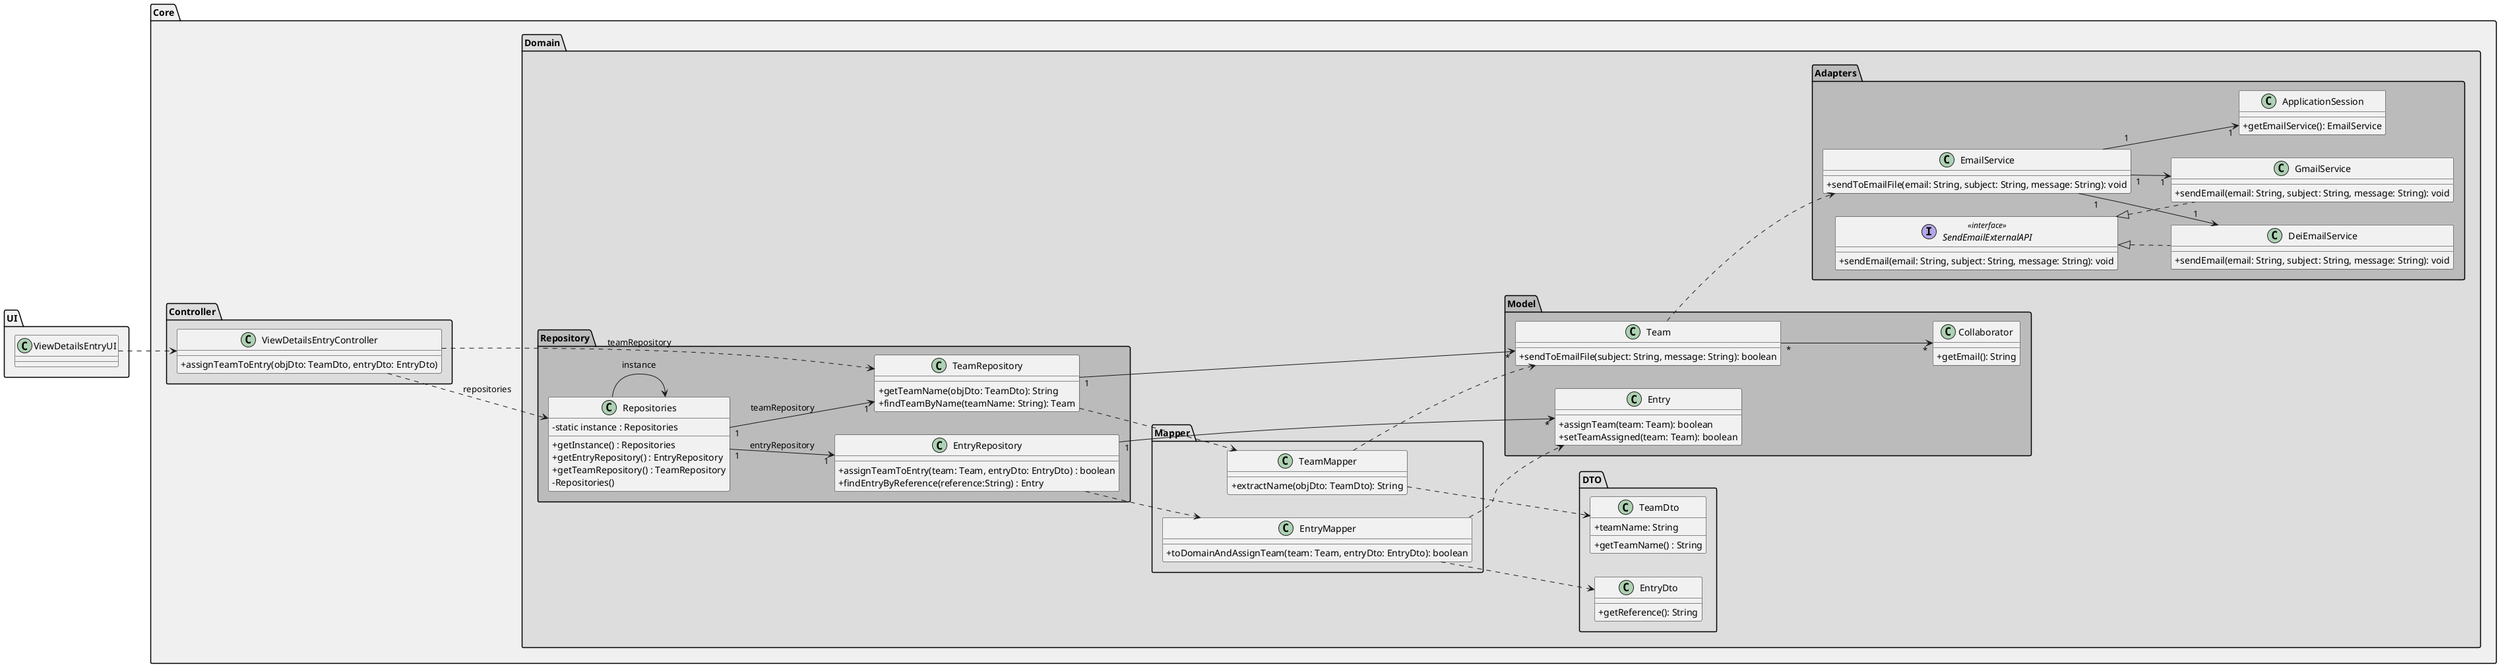
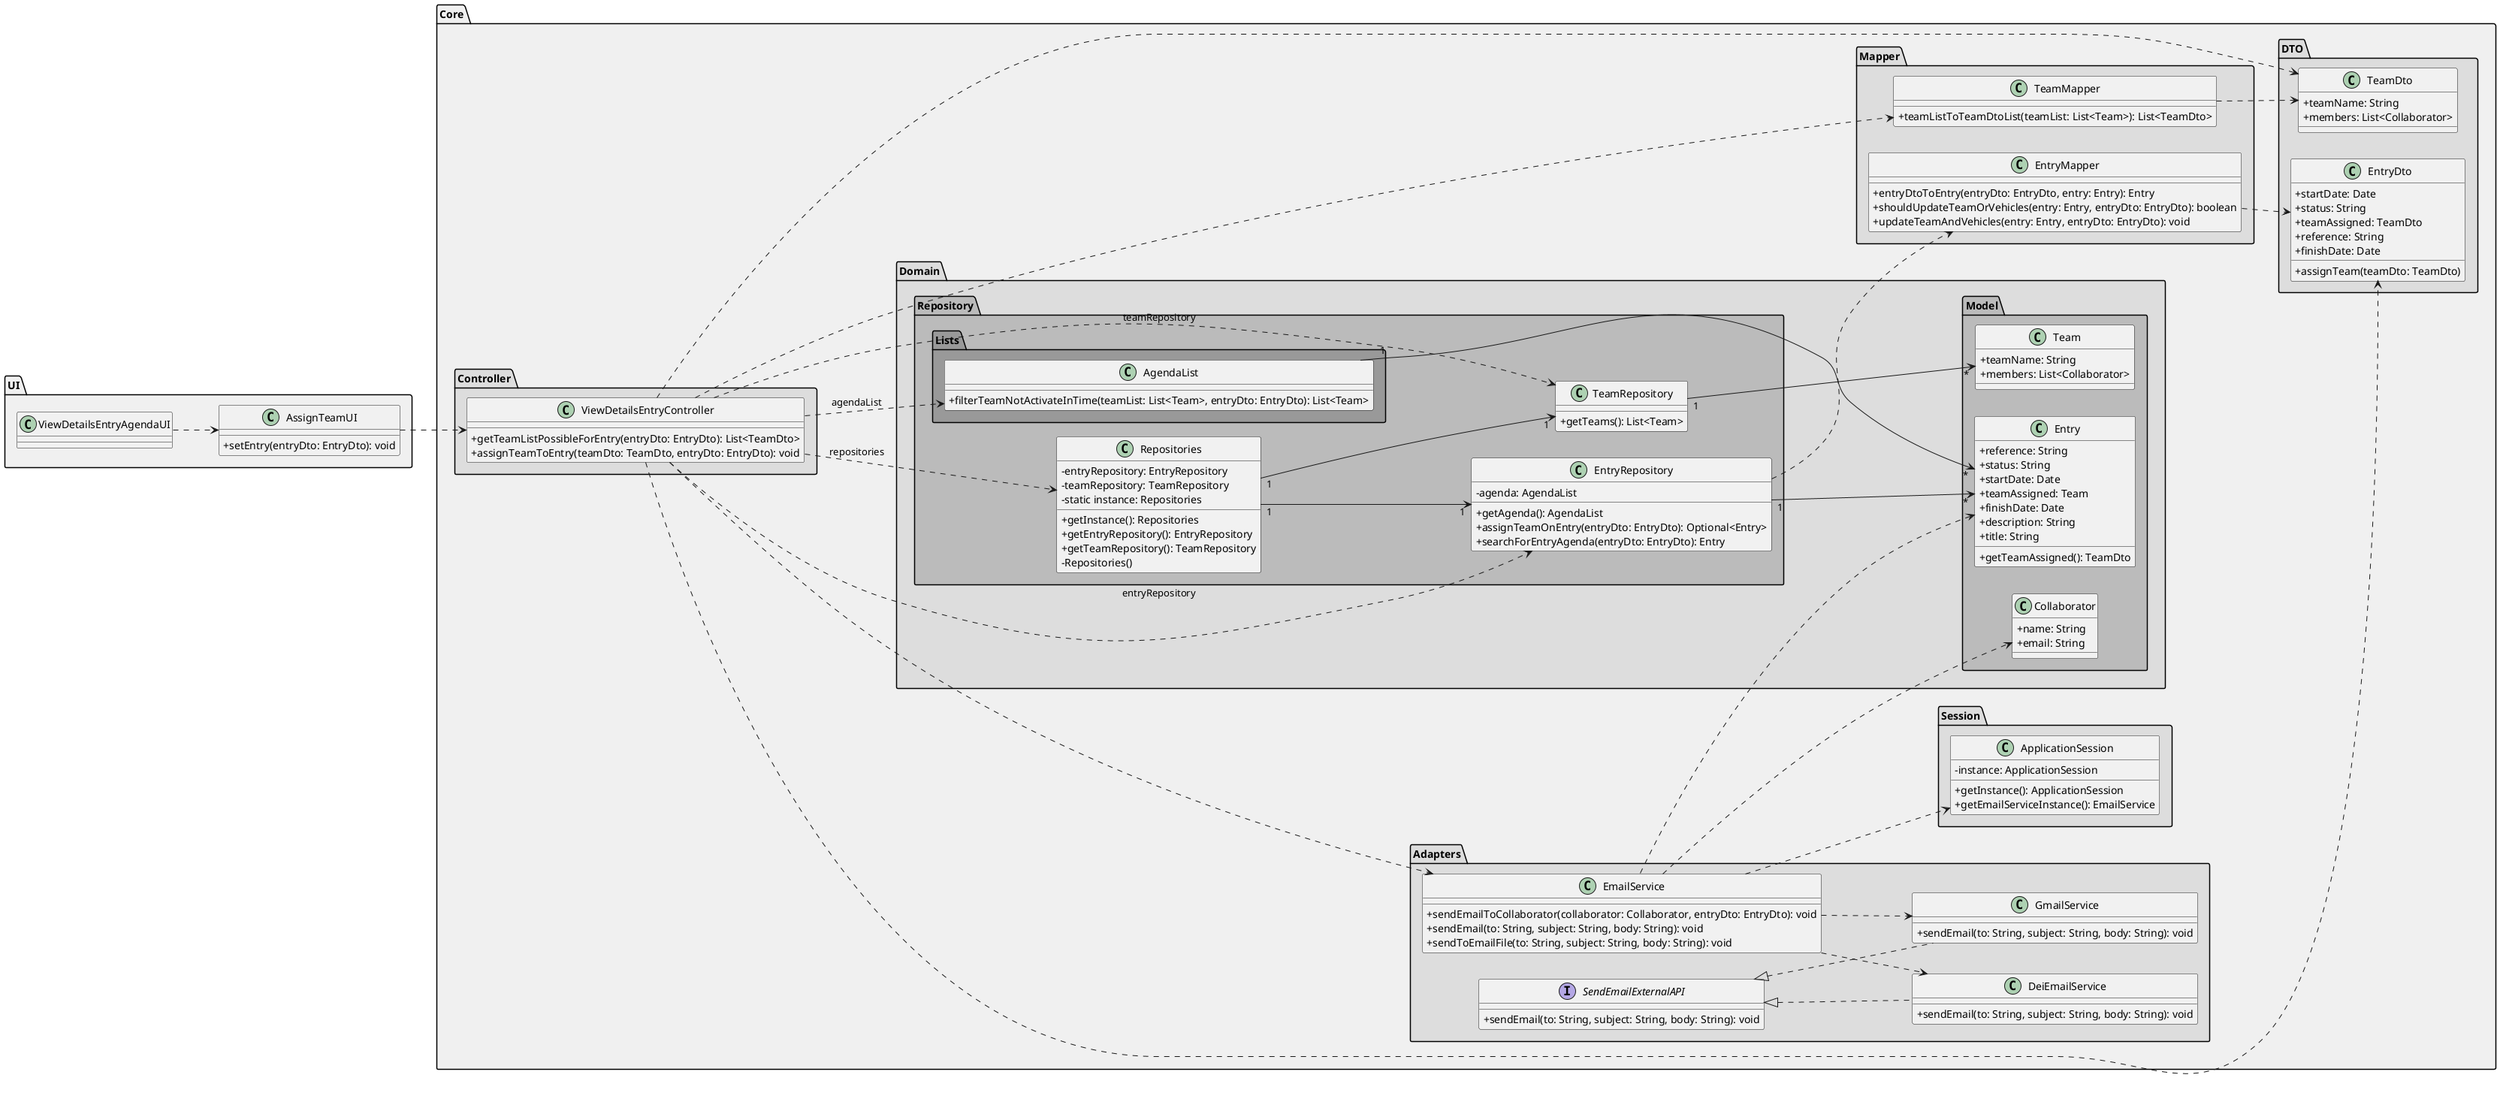
@startuml
skinparam shadowing false
skinparam classAttributeIconSize 0

left to right direction

package "UI" #f0f0f0{
-     class ViewDetailsEntryUI {
+     class ViewDetailsEntryAgendaUI {
    }

+     class AssignTeamUI {
+         +setEntry(entryDto: EntryDto): void
+     }
}
+ 
package "Core" #f0f0f0{
+ 
+ package "Adapters" #ddd {
+     class EmailService {
+         +sendEmailToCollaborator(collaborator: Collaborator, entryDto: EntryDto): void
+         +sendEmail(to: String, subject: String, body: String): void
+         +sendToEmailFile(to: String, subject: String, body: String): void
+     }
+ 
+     class DeiEmailService implements SendEmailExternalAPI {
+         +sendEmail(to: String, subject: String, body: String): void
+     }
+ 
+     class GmailService implements SendEmailExternalAPI {
+         +sendEmail(to: String, subject: String, body: String): void
+     }
+ 
+     interface SendEmailExternalAPI{
+         +sendEmail(to: String, subject: String, body: String): void
+     }
+ }
+ 
+ 
+ package "Session" #ddd {
+     class ApplicationSession {
+         - instance: ApplicationSession
+         + getInstance(): ApplicationSession
+         + getEmailServiceInstance(): EmailService
+     }
+ }

    package "Controller" #dddddd{

        class ViewDetailsEntryController {
-             +assignTeamToEntry(objDto: TeamDto, entryDto: EntryDto)
+             +getTeamListPossibleForEntry(entryDto: EntryDto): List<TeamDto>
+             +assignTeamToEntry(teamDto: TeamDto, entryDto: EntryDto): void
        }
- 
-         ViewDetailsEntryUI ..>  ViewDetailsEntryController
- 

    }

-     package "Domain" #dddddd{
+     package "Mapper" #dddddd{

- 
-         package "Mapper" #dddddd{
+             class TeamMapper {
+                 +teamListToTeamDtoList(teamList: List<Team>): List<TeamDto>
+             }

            class EntryMapper {
-                 +toDomainAndAssignTeam(team: Team, entryDto: EntryDto): boolean
+                 +entryDtoToEntry(entryDto: EntryDto, entry: Entry): Entry
+                 +shouldUpdateTeamOrVehicles(entry: Entry, entryDto: EntryDto): boolean
+                 +updateTeamAndVehicles(entry: Entry, entryDto: EntryDto): void
            }
- 
- 
-             class TeamMapper {
-                 +extractName(objDto: TeamDto): String
-             }
- 
- 
        }

        package "DTO" #dddddd{

            class EntryDto {
-                 +getReference(): String
+                 +startDate: Date
+                 +status: String
+                 +teamAssigned: TeamDto
+                 +reference: String
+                 +finishDate: Date
+                 + assignTeam(teamDto: TeamDto)
            }
- 
-             EntryMapper ..> EntryDto

            class TeamDto {
                +teamName: String
-                 +getTeamName() : String
+                 +members: List<Collaborator>
            }
+         }

-             TeamMapper ..> TeamDto
+     package "Domain" #dddddd{

- 
-         }

        package "Repository" #bbbbbb{

            class Repositories {
-                 - static instance : Repositories
-                 + getInstance() : Repositories
-                 + getEntryRepository() : EntryRepository
-                 + getTeamRepository() : TeamRepository
+                 - entryRepository: EntryRepository
+                 - teamRepository: TeamRepository
+                 - static instance: Repositories
+                 + getInstance(): Repositories
+                 + getEntryRepository(): EntryRepository
+                 + getTeamRepository(): TeamRepository
                - Repositories()
            }

-             ViewDetailsEntryController ..> Repositories : repositories
- 
-             Repositories --> Repositories : instance
- 
            class EntryRepository {
-                 +assignTeamToEntry(team: Team, entryDto: EntryDto) : boolean
-                 +findEntryByReference(reference:String) : Entry
+                 - agenda: AgendaList
+                 + getAgenda(): AgendaList
+                 + assignTeamOnEntry(entryDto: EntryDto): Optional<Entry>
+                 + searchForEntryAgenda(entryDto: EntryDto): Entry
            }
-             EntryRepository ..> EntryMapper
-             Repositories "1" --> "1" EntryRepository : entryRepository

            class TeamRepository {
-                 +getTeamName(objDto: TeamDto): String
-                 +findTeamByName(teamName: String): Team
+                 + getTeams(): List<Team>
            }
-             TeamRepository ..> TeamMapper
-             Repositories "1" --> "1" TeamRepository : teamRepository
-             ViewDetailsEntryController ..> TeamRepository: teamRepository

+             package "Lists" #999{
+                 class AgendaList {
+                     + filterTeamNotActivateInTime(teamList: List<Team>, entryDto: EntryDto): List<Team>
+                 }
+             }
        }

        package "Model" #bbbbbb{

            class Entry {
-                 +assignTeam(team: Team): boolean
-                 + setTeamAssigned(team: Team): boolean
+                 +reference: String
+                 +status: String
+                 +startDate: Date
+                 +teamAssigned: Team
+                 +finishDate: Date
+                 +description: String
+                 +title: String
+                 +getTeamAssigned(): TeamDto
            }

-             EntryRepository "1" --> "*" Entry
-             EntryMapper  ..> Entry
- 
            class Team {
-                 +sendToEmailFile(subject: String, message: String): boolean
+                 +teamName: String
+                 +members: List<Collaborator>
            }

-             TeamRepository "1" --> "*" Team
-             TeamMapper  ..> Team
- 
            class Collaborator {
-                 +getEmail(): String
+                 +name: String
+                 +email: String
            }
- 
-             Team "*" --> "*" Collaborator
- 
        }
- 
-         package "Adapters" #bbbbbb{
- 
-             class EmailService {
-                 +sendToEmailFile(email: String, subject: String, message: String): void
-             }
- 
-             Team ..> EmailService
- 
-             class ApplicationSession {
-                 +getEmailService(): EmailService
-             }
-             EmailService "1" --> "1" ApplicationSession
- 
- 
-             class GmailService implements SendEmailExternalAPI {
-                 +sendEmail(email: String, subject: String, message: String): void
-             }
- 
-             EmailService "1" --> "1" GmailService
- 
-             class DeiEmailService implements SendEmailExternalAPI {
-                 +sendEmail(email: String, subject: String, message: String): void
-             }
- 
-             EmailService "1" --> "1" DeiEmailService
- 
-             interface SendEmailExternalAPI <<interface>> {
-                 +sendEmail(email: String, subject: String, message: String): void
-             }
- 
- 
-         }
- 
- 
- 
    }
}

+ 
+ ViewDetailsEntryAgendaUI ..> AssignTeamUI
+ AssignTeamUI ..> ViewDetailsEntryController
+ ViewDetailsEntryController ..> Repositories : repositories
+ ViewDetailsEntryController ..> EntryRepository : entryRepository
+ ViewDetailsEntryController ..> TeamRepository : teamRepository
+ ViewDetailsEntryController ..> AgendaList : agendaList
+ ViewDetailsEntryController ..> TeamMapper
+ ViewDetailsEntryController ..> EntryDto
+ EntryRepository ..> EntryMapper
+ ViewDetailsEntryController ..> TeamDto
+ ViewDetailsEntryController ..> EmailService
+ EmailService ..> Collaborator
+ EmailService ..> Entry
+ EmailService ..> ApplicationSession
+ EmailService ..> DeiEmailService
+ EmailService ..> GmailService
+ 
+ TeamRepository "1" --> "*" Team
+ EntryRepository "1" --> "*" Entry
+ Repositories "1" --> "1" TeamRepository
+ Repositories "1" --> "1" EntryRepository
+ AgendaList "1" --> "*" Entry
+ EntryMapper ..> EntryDto
+ TeamMapper ..> TeamDto
+ 
@enduml
